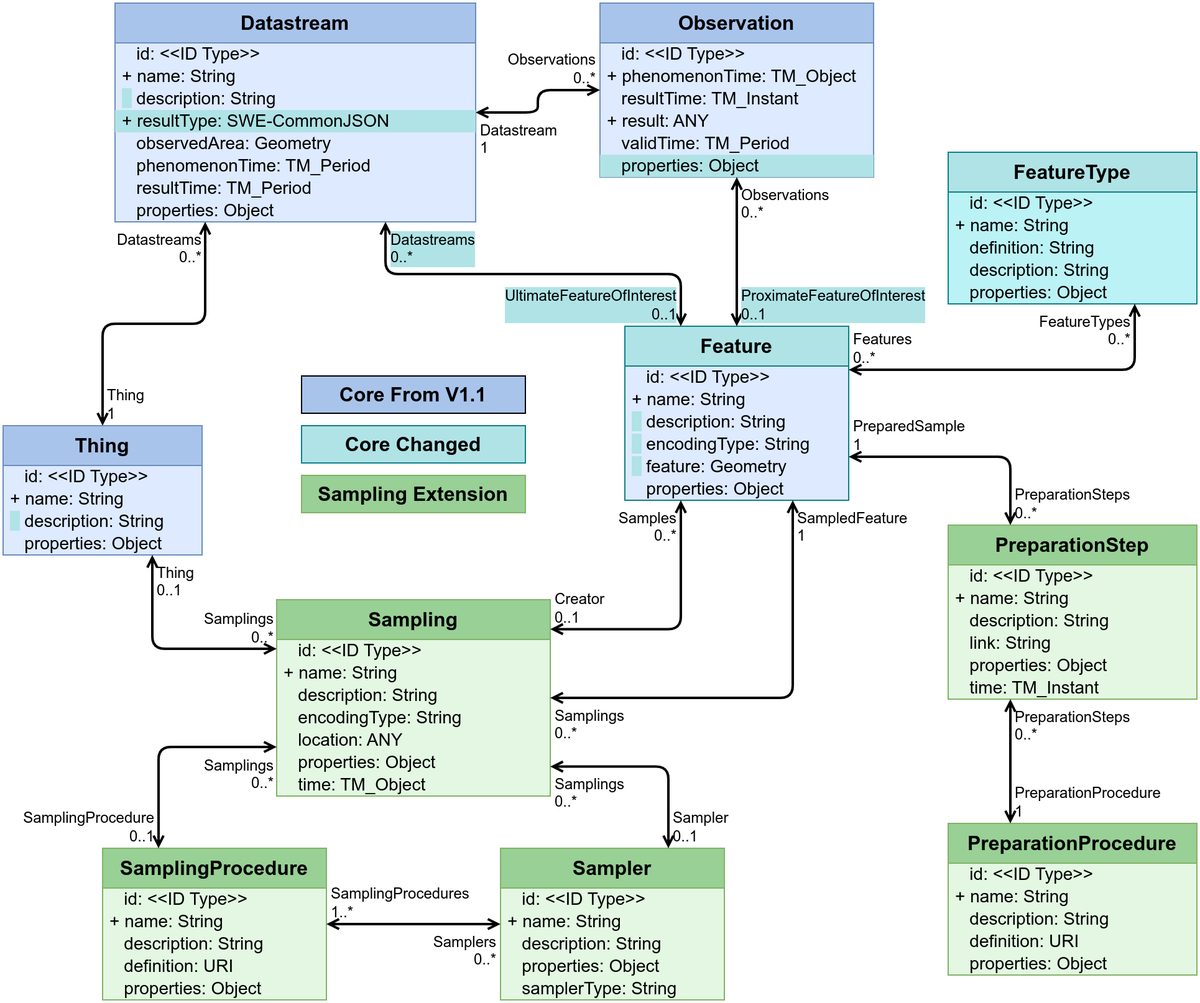
This is figures/Datamodel-SensorThingsApi-V2-Sampling.drawio.png from opengeospatial/sensorthings, a draw.io export, as it was before one commit. Source tidied: cells renumbered, new cells last; positions are measured from the earlier drawing's top-left corner, leaving out a move shared by most shapes.
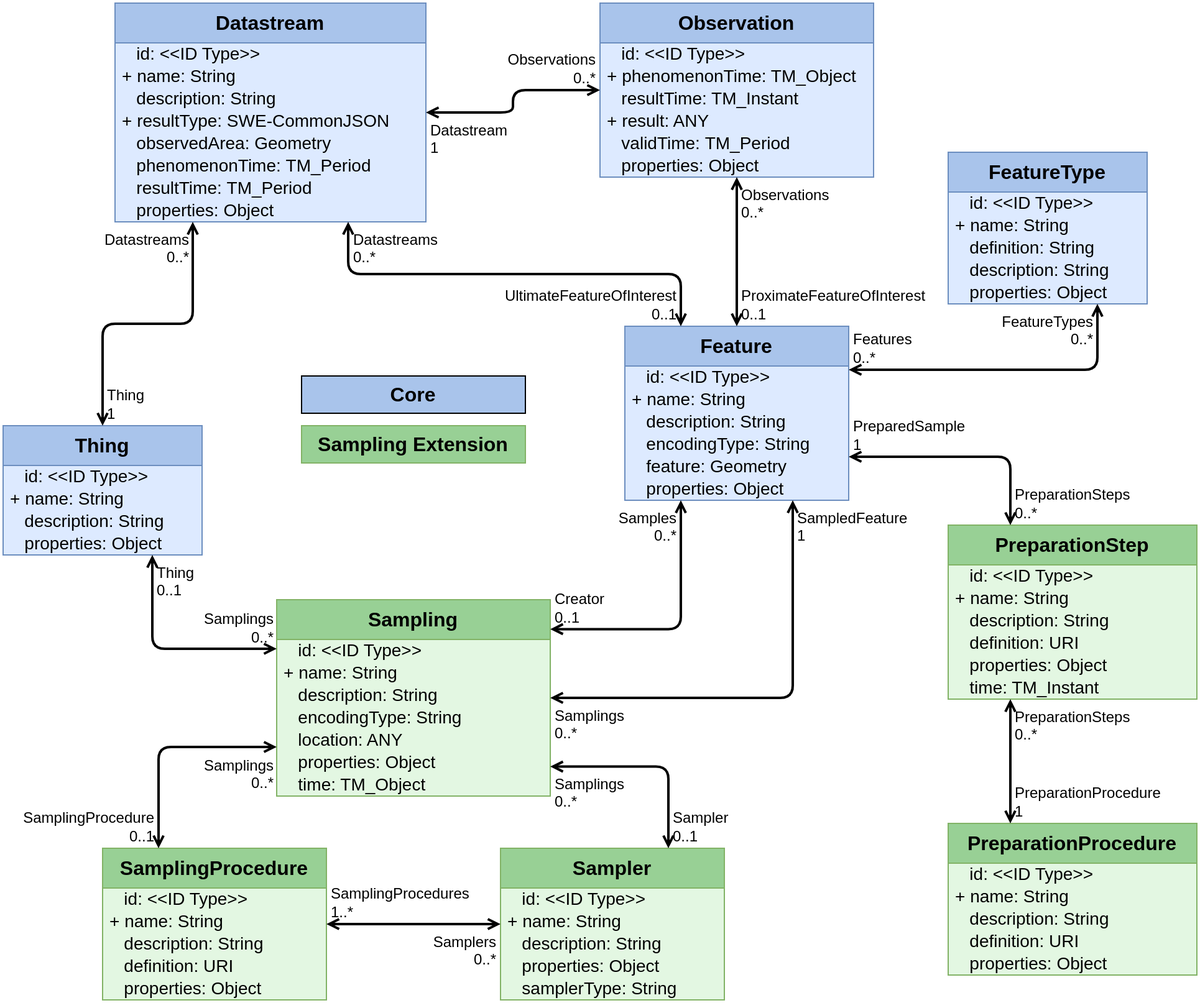
Above is the later version.

Commit message:
Changed PreparationStep/link to definition

The edit, as a diff of the source:
```diff
@@ -2,7 +2,7 @@
   <root>
     <mxCell id="0" />
     <mxCell id="1" parent="0" />
-    <mxCell id="2" value="Feature" style="swimlane;fontStyle=1;horizontal=1;startSize=32;fontSize=16;whiteSpace=wrap;html=1;fillColor=#b0e3e6;strokeColor=#0e8088;swimlaneFillColor=#DDEAFF;verticalAlign=top;" parent="1" vertex="1">
+    <mxCell id="2" value="Feature" style="swimlane;fontStyle=1;horizontal=1;startSize=32;fontSize=16;whiteSpace=wrap;html=1;fillColor=#A9C4EB;strokeColor=#6c8ebf;swimlaneFillColor=#DDEAFF;verticalAlign=top;" parent="1" vertex="1">
       <mxGeometry x="500" y="260" width="180" height="140" as="geometry" />
     </mxCell>
     <mxCell id="3" value="&amp;nbsp;&amp;nbsp;&amp;nbsp;id: &amp;lt;&amp;lt;ID Type&amp;gt;&amp;gt;" style="text;strokeColor=none;fillColor=none;align=left;verticalAlign=middle;spacingLeft=4;spacingRight=4;overflow=visible;html=1;fontSize=14;" parent="2" vertex="1">
@@ -11,35 +11,35 @@
     <mxCell id="4" value="+ name: String" style="text;strokeColor=none;fillColor=none;align=left;verticalAlign=middle;spacingLeft=4;spacingRight=4;overflow=visible;html=1;fontSize=14;" parent="2" vertex="1">
       <mxGeometry y="50" width="180" height="18" as="geometry" />
     </mxCell>
-    <mxCell id="5" value="&lt;span style=&quot;background-color: rgb(176, 227, 230);&quot;&gt;&amp;nbsp; &lt;/span&gt;&amp;nbsp;description: String" style="text;strokeColor=none;fillColor=none;align=left;verticalAlign=middle;spacingLeft=4;spacingRight=4;overflow=visible;html=1;fontSize=14;" parent="2" vertex="1">
+    <mxCell id="5" value="&amp;nbsp; &amp;nbsp;description: String" style="text;strokeColor=none;fillColor=none;align=left;verticalAlign=middle;spacingLeft=4;spacingRight=4;overflow=visible;html=1;fontSize=14;" parent="2" vertex="1">
       <mxGeometry y="68" width="180" height="18" as="geometry" />
     </mxCell>
-    <mxCell id="6" value="&lt;span style=&quot;background-color: rgb(176, 227, 230);&quot;&gt;&amp;nbsp; &lt;/span&gt;&amp;nbsp;encodingType: String" style="text;strokeColor=none;fillColor=none;align=left;verticalAlign=middle;spacingLeft=4;spacingRight=4;overflow=visible;html=1;fontSize=14;" parent="2" vertex="1">
+    <mxCell id="6" value="&amp;nbsp; &amp;nbsp;encodingType: String" style="text;strokeColor=none;fillColor=none;align=left;verticalAlign=middle;spacingLeft=4;spacingRight=4;overflow=visible;html=1;fontSize=14;" parent="2" vertex="1">
       <mxGeometry y="86" width="180" height="18" as="geometry" />
     </mxCell>
-    <mxCell id="7" value="&lt;span style=&quot;background-color: rgb(176, 227, 230);&quot;&gt;&amp;nbsp; &lt;/span&gt;&amp;nbsp;feature: Geometry" style="text;strokeColor=none;fillColor=none;align=left;verticalAlign=middle;spacingLeft=4;spacingRight=4;overflow=visible;html=1;fontSize=14;" parent="2" vertex="1">
+    <mxCell id="7" value="&amp;nbsp; &amp;nbsp;feature: Geometry" style="text;strokeColor=none;fillColor=none;align=left;verticalAlign=middle;spacingLeft=4;spacingRight=4;overflow=visible;html=1;fontSize=14;" parent="2" vertex="1">
       <mxGeometry y="104" width="180" height="18" as="geometry" />
     </mxCell>
     <mxCell id="8" value="&amp;nbsp;&amp;nbsp;&amp;nbsp;properties: Object" style="text;strokeColor=none;fillColor=none;align=left;verticalAlign=middle;spacingLeft=4;spacingRight=4;overflow=visible;html=1;fontSize=14;" parent="2" vertex="1">
       <mxGeometry y="122" width="180" height="18" as="geometry" />
     </mxCell>
-    <mxCell id="9" value="FeatureType" style="swimlane;fontStyle=1;horizontal=1;startSize=32;fontSize=16;whiteSpace=wrap;html=1;fillColor=#b0e3e6;strokeColor=#0e8088;swimlaneFillColor=#BBF2F5;verticalAlign=top;" parent="1" vertex="1">
-      <mxGeometry x="760" y="120" width="200" height="122" as="geometry" />
+    <mxCell id="9" value="FeatureType" style="swimlane;fontStyle=1;horizontal=1;startSize=32;fontSize=16;whiteSpace=wrap;html=1;fillColor=#A9C4EB;strokeColor=#6c8ebf;swimlaneFillColor=#DDEAFF;verticalAlign=top;" parent="1" vertex="1">
+      <mxGeometry x="760" y="120" width="160" height="122" as="geometry" />
     </mxCell>
     <mxCell id="10" value="&amp;nbsp;&amp;nbsp;&amp;nbsp;id: &amp;lt;&amp;lt;ID Type&amp;gt;&amp;gt;" style="text;strokeColor=none;fillColor=none;align=left;verticalAlign=middle;spacingLeft=4;spacingRight=4;overflow=visible;html=1;fontSize=14;" parent="9" vertex="1">
-      <mxGeometry y="32" width="200" height="18" as="geometry" />
+      <mxGeometry y="32" width="160" height="18" as="geometry" />
     </mxCell>
     <mxCell id="11" value="+ name: String" style="text;strokeColor=none;fillColor=none;align=left;verticalAlign=middle;spacingLeft=4;spacingRight=4;overflow=visible;html=1;fontSize=14;" parent="9" vertex="1">
-      <mxGeometry y="50" width="200" height="18" as="geometry" />
+      <mxGeometry y="50" width="160" height="18" as="geometry" />
     </mxCell>
     <mxCell id="12" value="&amp;nbsp; &amp;nbsp;definition: String" style="text;strokeColor=none;fillColor=none;align=left;verticalAlign=middle;spacingLeft=4;spacingRight=4;overflow=visible;html=1;fontSize=14;" parent="9" vertex="1">
-      <mxGeometry y="68" width="200" height="18" as="geometry" />
+      <mxGeometry y="68" width="160" height="18" as="geometry" />
     </mxCell>
     <mxCell id="13" value="&amp;nbsp;&amp;nbsp;&amp;nbsp;description: String" style="text;strokeColor=none;fillColor=none;align=left;verticalAlign=middle;spacingLeft=4;spacingRight=4;overflow=visible;html=1;fontSize=14;" parent="9" vertex="1">
-      <mxGeometry y="86" width="200" height="18" as="geometry" />
+      <mxGeometry y="86" width="160" height="18" as="geometry" />
     </mxCell>
     <mxCell id="14" value="&amp;nbsp;&amp;nbsp;&amp;nbsp;properties: Object" style="text;strokeColor=none;fillColor=none;align=left;verticalAlign=middle;spacingLeft=4;spacingRight=4;overflow=visible;html=1;fontSize=14;" parent="9" vertex="1">
-      <mxGeometry y="104" width="200" height="18" as="geometry" />
+      <mxGeometry y="104" width="160" height="18" as="geometry" />
     </mxCell>
     <mxCell id="15" style="endArrow=open;startArrow=open;html=1;rounded=1;edgeStyle=orthogonalEdgeStyle;entryX=1;entryY=0.25;entryDx=0;entryDy=0;exitX=0.75;exitY=1;exitDx=0;exitDy=0;strokeWidth=2;curved=0;startFill=0;endFill=0;" parent="1" edge="1" source="9" target="2">
       <mxGeometry relative="1" as="geometry" />
@@ -80,7 +80,7 @@
     <mxCell id="27" value="&amp;nbsp;&amp;nbsp;&amp;nbsp;description: String" style="text;strokeColor=none;fillColor=none;align=left;verticalAlign=middle;spacingLeft=4;spacingRight=4;overflow=visible;html=1;fontSize=14;" parent="24" vertex="1">
       <mxGeometry y="68" width="200" height="18" as="geometry" />
     </mxCell>
-    <mxCell id="28" value="&amp;nbsp;&amp;nbsp;&amp;nbsp;link: String" style="text;strokeColor=none;fillColor=none;align=left;verticalAlign=middle;spacingLeft=4;spacingRight=4;overflow=visible;html=1;fontSize=14;" parent="24" vertex="1">
+    <mxCell id="28" value="&amp;nbsp;&amp;nbsp;&amp;nbsp;definition: URI" style="text;strokeColor=none;fillColor=none;align=left;verticalAlign=middle;spacingLeft=4;spacingRight=4;overflow=visible;html=1;fontSize=14;" parent="24" vertex="1">
       <mxGeometry y="86" width="200" height="18" as="geometry" />
     </mxCell>
     <mxCell id="29" value="&amp;nbsp;&amp;nbsp;&amp;nbsp;properties: Object" style="text;strokeColor=none;fillColor=none;align=left;verticalAlign=middle;spacingLeft=4;spacingRight=4;overflow=visible;html=1;fontSize=14;" parent="24" vertex="1">
@@ -221,7 +221,7 @@
     <mxCell id="74" value="+ name: String" style="text;strokeColor=none;fillColor=none;align=left;verticalAlign=middle;spacingLeft=4;spacingRight=4;overflow=visible;html=1;fontSize=14;" parent="72" vertex="1">
       <mxGeometry y="50" width="160" height="18" as="geometry" />
     </mxCell>
-    <mxCell id="75" value="&lt;span style=&quot;background-color: rgb(176, 227, 230);&quot;&gt;&amp;nbsp; &lt;/span&gt;&amp;nbsp;description: String" style="text;strokeColor=none;fillColor=none;align=left;verticalAlign=middle;spacingLeft=4;spacingRight=4;overflow=visible;html=1;fontSize=14;" parent="72" vertex="1">
+    <mxCell id="75" value="&amp;nbsp; &amp;nbsp;description: String" style="text;strokeColor=none;fillColor=none;align=left;verticalAlign=middle;spacingLeft=4;spacingRight=4;overflow=visible;html=1;fontSize=14;" parent="72" vertex="1">
       <mxGeometry y="68" width="160" height="18" as="geometry" />
     </mxCell>
     <mxCell id="76" value="&amp;nbsp;&amp;nbsp;&amp;nbsp;properties: Object" style="text;strokeColor=none;fillColor=none;align=left;verticalAlign=middle;spacingLeft=4;spacingRight=4;overflow=visible;html=1;fontSize=14;" parent="72" vertex="1">
@@ -236,49 +236,46 @@
     <mxCell id="79" value="Samplings&lt;br&gt;0..*" style="edgeLabel;html=1;align=right;verticalAlign=bottom;labelBackgroundColor=none;fontSize=12;spacingLeft=1;spacing=3;spacingRight=2;" parent="77" vertex="1">
       <mxGeometry x="1" relative="1" as="geometry" />
     </mxCell>
-    <mxCell id="80" value="Core Changed" style="rounded=0;whiteSpace=wrap;html=1;labelBackgroundColor=none;fillColor=#b0e3e6;strokeColor=#0e8088;fontStyle=1;fontSize=16;" parent="1" vertex="1">
-      <mxGeometry x="240" y="340" width="180" height="30" as="geometry" />
-    </mxCell>
-    <mxCell id="81" value="Core From V1.1" style="rounded=0;whiteSpace=wrap;html=1;labelBackgroundColor=none;fillColor=#A9C4EB;strokeColor=default;fontStyle=1;fontSize=16;" parent="1" vertex="1">
+    <mxCell id="81" value="Core" style="rounded=0;whiteSpace=wrap;html=1;labelBackgroundColor=none;fillColor=#A9C4EB;strokeColor=default;fontStyle=1;fontSize=16;" parent="1" vertex="1">
       <mxGeometry x="240" y="300" width="180" height="30" as="geometry" />
     </mxCell>
     <mxCell id="82" value="Sampling Extension" style="rounded=0;whiteSpace=wrap;html=1;labelBackgroundColor=none;fillColor=#98D095;strokeColor=#82b366;fontStyle=1;startSize=32;fontSize=16;swimlaneFillColor=#E3F7E2;" parent="1" vertex="1">
-      <mxGeometry x="240" y="380" width="180" height="30" as="geometry" />
+      <mxGeometry x="240" y="340" width="180" height="30" as="geometry" />
     </mxCell>
     <mxCell id="83" value="Datastream" style="swimlane;fontStyle=1;horizontal=1;startSize=32;fontSize=16;whiteSpace=wrap;html=1;fillColor=#A9C4EB;strokeColor=#6c8ebf;swimlaneFillColor=#DDEAFF;verticalAlign=top;" parent="1" vertex="1">
-      <mxGeometry x="90" width="290" height="176" as="geometry" />
+      <mxGeometry x="90" width="250" height="176" as="geometry" />
     </mxCell>
     <mxCell id="84" value="&amp;nbsp;&amp;nbsp;&amp;nbsp;id: &amp;lt;&amp;lt;ID Type&amp;gt;&amp;gt;" style="text;strokeColor=none;fillColor=none;align=left;verticalAlign=middle;spacingLeft=4;spacingRight=4;overflow=visible;html=1;fontSize=14;" parent="83" vertex="1">
-      <mxGeometry y="32" width="290" height="18" as="geometry" />
+      <mxGeometry y="32" width="250" height="18" as="geometry" />
     </mxCell>
     <mxCell id="85" value="+ name: String" style="text;strokeColor=none;fillColor=none;align=left;verticalAlign=middle;spacingLeft=4;spacingRight=4;overflow=visible;html=1;fontSize=14;" parent="83" vertex="1">
-      <mxGeometry y="50" width="290" height="18" as="geometry" />
+      <mxGeometry y="50" width="250" height="18" as="geometry" />
     </mxCell>
-    <mxCell id="86" value="&lt;span style=&quot;background-color: rgb(176, 227, 230);&quot;&gt;&amp;nbsp; &lt;/span&gt;&amp;nbsp;description: String" style="text;strokeColor=none;fillColor=none;align=left;verticalAlign=middle;spacingLeft=4;spacingRight=4;overflow=visible;html=1;fontSize=14;" parent="83" vertex="1">
-      <mxGeometry y="68" width="290" height="18" as="geometry" />
+    <mxCell id="86" value="&amp;nbsp; &amp;nbsp;description: String" style="text;strokeColor=none;fillColor=none;align=left;verticalAlign=middle;spacingLeft=4;spacingRight=4;overflow=visible;html=1;fontSize=14;" parent="83" vertex="1">
+      <mxGeometry y="68" width="250" height="18" as="geometry" />
     </mxCell>
-    <mxCell id="87" value="+ resultType: SWE-CommonJSON" style="text;strokeColor=none;fillColor=#b0e3e6;align=left;verticalAlign=middle;spacingLeft=4;spacingRight=4;overflow=visible;html=1;fontSize=14;" parent="83" vertex="1">
-      <mxGeometry y="86" width="290" height="18" as="geometry" />
+    <mxCell id="87" value="+ resultType: SWE-CommonJSON" style="text;strokeColor=none;fillColor=none;align=left;verticalAlign=middle;spacingLeft=4;spacingRight=4;overflow=visible;html=1;fontSize=14;" parent="83" vertex="1">
+      <mxGeometry y="86" width="250" height="18" as="geometry" />
     </mxCell>
     <mxCell id="88" value="&amp;nbsp;&amp;nbsp;&amp;nbsp;observedArea: Geometry" style="text;strokeColor=none;fillColor=none;align=left;verticalAlign=middle;spacingLeft=4;spacingRight=4;overflow=visible;html=1;fontSize=14;" parent="83" vertex="1">
-      <mxGeometry y="104" width="290" height="18" as="geometry" />
+      <mxGeometry y="104" width="250" height="18" as="geometry" />
     </mxCell>
     <mxCell id="89" value="&amp;nbsp;&amp;nbsp;&amp;nbsp;phenomenonTime:&amp;nbsp;TM_Period" style="text;strokeColor=none;fillColor=none;align=left;verticalAlign=middle;spacingLeft=4;spacingRight=4;overflow=visible;html=1;fontSize=14;" parent="83" vertex="1">
-      <mxGeometry y="122" width="290" height="18" as="geometry" />
+      <mxGeometry y="122" width="250" height="18" as="geometry" />
     </mxCell>
     <mxCell id="90" value="&amp;nbsp;&amp;nbsp;&amp;nbsp;resultTime:&amp;nbsp;TM_Period" style="text;strokeColor=none;fillColor=none;align=left;verticalAlign=middle;spacingLeft=4;spacingRight=4;overflow=visible;html=1;fontSize=14;" parent="83" vertex="1">
-      <mxGeometry y="140" width="290" height="18" as="geometry" />
+      <mxGeometry y="140" width="250" height="18" as="geometry" />
     </mxCell>
     <mxCell id="91" value="&amp;nbsp;&amp;nbsp;&amp;nbsp;properties: Object" style="text;strokeColor=none;fillColor=none;align=left;verticalAlign=middle;spacingLeft=4;spacingRight=4;overflow=visible;html=1;fontSize=14;" parent="83" vertex="1">
-      <mxGeometry y="158" width="290" height="18" as="geometry" />
+      <mxGeometry y="158" width="250" height="18" as="geometry" />
     </mxCell>
     <mxCell id="92" style="endArrow=open;startArrow=open;html=1;rounded=1;exitX=0.25;exitY=0;exitDx=0;exitDy=0;edgeStyle=orthogonalEdgeStyle;entryX=0.75;entryY=1;entryDx=0;entryDy=0;curved=0;strokeWidth=2;startFill=0;endFill=0;" parent="1" edge="1" source="2" target="83">
       <mxGeometry relative="1" as="geometry" />
     </mxCell>
-    <mxCell id="93" value="UltimateFeatureOfInterest&lt;br&gt;0..1" style="edgeLabel;html=1;align=right;verticalAlign=bottom;labelBackgroundColor=#B0E3E6;fontSize=12;spacingLeft=1;spacing=3;spacingRight=2;" parent="92" vertex="1">
+    <mxCell id="93" value="UltimateFeatureOfInterest&lt;br&gt;0..1" style="edgeLabel;html=1;align=right;verticalAlign=bottom;labelBackgroundColor=none;fontSize=12;spacingLeft=1;spacing=3;spacingRight=2;" parent="92" vertex="1">
       <mxGeometry x="-1" relative="1" as="geometry" />
     </mxCell>
-    <mxCell id="94" value="Datastreams&lt;br&gt;0..*" style="edgeLabel;html=1;align=left;verticalAlign=top;labelBackgroundColor=#B0E3E6;fontSize=12;spacingLeft=1;spacing=3;spacingRight=2;" parent="92" vertex="1">
+    <mxCell id="94" value="Datastreams&lt;br&gt;0..*" style="edgeLabel;html=1;align=left;verticalAlign=top;labelBackgroundColor=none;fontSize=12;spacingLeft=1;spacing=3;spacingRight=2;fontColor=default;" parent="92" vertex="1">
       <mxGeometry x="1" relative="1" as="geometry" />
     </mxCell>
     <mxCell id="95" value="Observation" style="swimlane;fontStyle=1;horizontal=1;startSize=32;fontSize=16;whiteSpace=wrap;html=1;fillColor=#A9C4EB;strokeColor=#6c8ebf;swimlaneFillColor=#DDEAFF;verticalAlign=top;" parent="1" vertex="1">
@@ -299,7 +296,7 @@
     <mxCell id="100" value="&amp;nbsp;&amp;nbsp;&amp;nbsp;validTime:&amp;nbsp;TM_Period" style="text;strokeColor=none;fillColor=none;align=left;verticalAlign=middle;spacingLeft=4;spacingRight=4;overflow=visible;html=1;fontSize=14;" parent="95" vertex="1">
       <mxGeometry y="104" width="220" height="18" as="geometry" />
     </mxCell>
-    <mxCell id="101" value="&amp;nbsp;&amp;nbsp;&amp;nbsp;properties: Object" style="text;strokeColor=none;fillColor=#b0e3e6;align=left;verticalAlign=middle;spacingLeft=4;spacingRight=4;overflow=visible;html=1;fontSize=14;" parent="95" vertex="1">
+    <mxCell id="101" value="&amp;nbsp;&amp;nbsp;&amp;nbsp;properties: Object" style="text;strokeColor=none;fillColor=none;align=left;verticalAlign=middle;spacingLeft=4;spacingRight=4;overflow=visible;html=1;fontSize=14;" parent="95" vertex="1">
       <mxGeometry y="122" width="220" height="18" as="geometry" />
     </mxCell>
     <mxCell id="102" style="endArrow=open;startArrow=open;html=1;rounded=1;exitX=0;exitY=0.5;exitDx=0;exitDy=0;entryX=1;entryY=0.5;entryDx=0;entryDy=0;edgeStyle=orthogonalEdgeStyle;strokeWidth=2;curved=0;startFill=0;endFill=0;" parent="1" edge="1" source="95" target="83">
@@ -317,7 +314,7 @@
     <mxCell id="106" value="Observations&lt;br&gt;0..*" style="edgeLabel;html=1;align=left;verticalAlign=top;labelBackgroundColor=none;fontSize=12;spacingLeft=1;spacing=3;spacingRight=2;" parent="105" vertex="1">
       <mxGeometry x="-1" relative="1" as="geometry" />
     </mxCell>
-    <mxCell id="107" value="ProximateFeatureOfInterest&lt;br&gt;0..1" style="edgeLabel;html=1;align=left;verticalAlign=bottom;labelBackgroundColor=#B0E3E6;fontSize=12;spacingLeft=1;spacing=3;spacingRight=2;" parent="105" vertex="1">
+    <mxCell id="107" value="ProximateFeatureOfInterest&lt;br&gt;0..1" style="edgeLabel;html=1;align=left;verticalAlign=bottom;labelBackgroundColor=none;fontSize=12;spacingLeft=1;spacing=3;spacingRight=2;" parent="105" vertex="1">
       <mxGeometry x="1" relative="1" as="geometry" />
     </mxCell>
     <mxCell id="108" style="endArrow=open;startArrow=open;html=1;rounded=1;edgeStyle=orthogonalEdgeStyle;entryX=0.25;entryY=1;entryDx=0;entryDy=0;exitX=0.5;exitY=0;exitDx=0;exitDy=0;strokeWidth=2;curved=0;startFill=0;endFill=0;" parent="1" edge="1" source="72" target="83">
```
